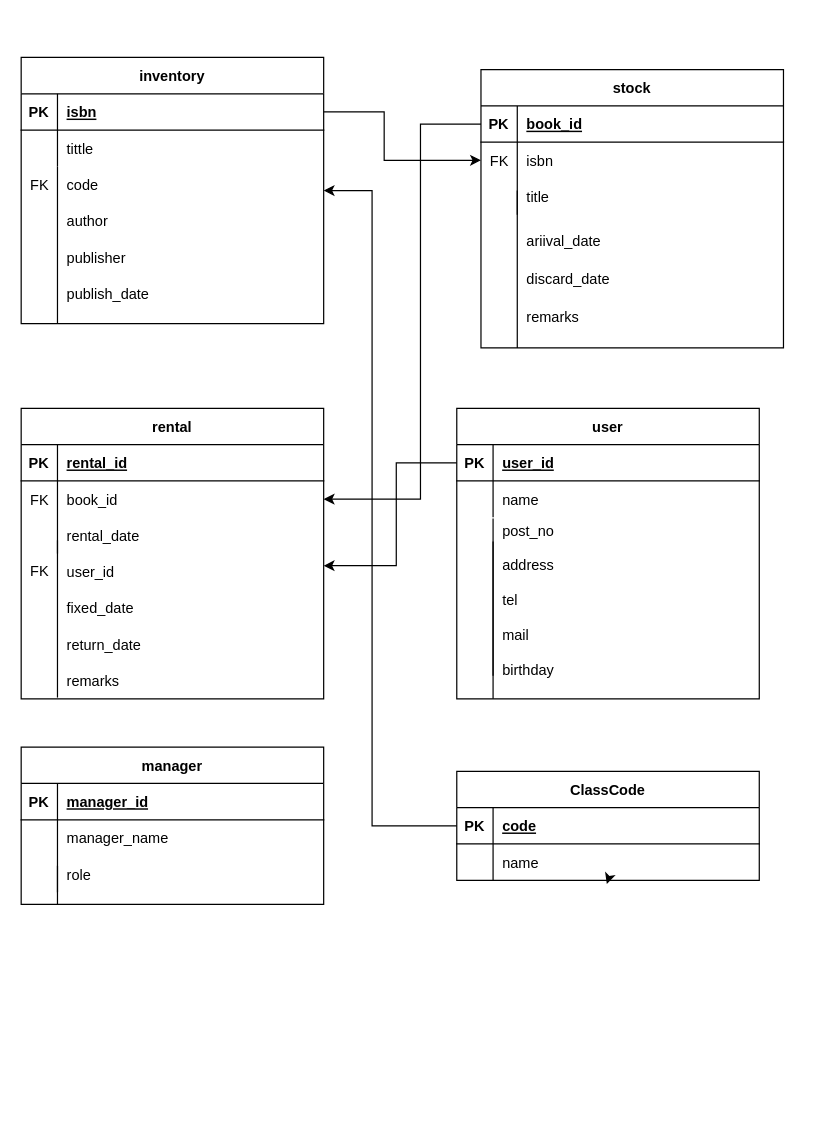
The draw.io diagram er図(清田).drawio in 2022java42-student004/Library, before the edit. Source tidied: cells renumbered, new cells numbered last; positions are measured from the earlier drawing's top-left corner, leaving out a move shared by most shapes. Both pictures are drawn from the tidied source at 121%, with x=0, y=0 at pixel (21, 57).
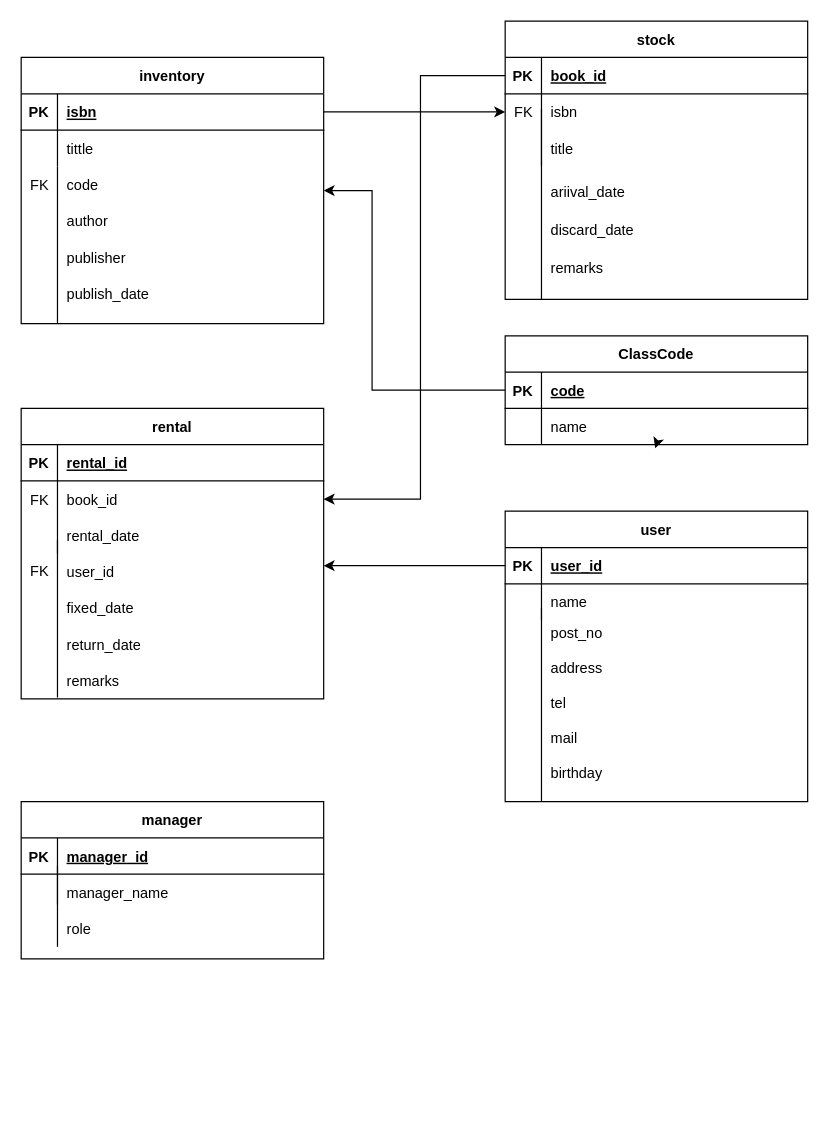
The same diagram, later.

Unchanged cells that the change refers to:
```xml
<mxCell id="7" style="shape=partialRectangle;fillColor=none;points=[[0,0.5],[1,0.5]];portConstraint=eastwest;top=0;left=0;right=0;bottom=0;" parent="3" vertex="1">
  <mxGeometry y="60" width="250" height="30" as="geometry" />
</mxCell>
<mxCell id="24" value="inventory" style="shape=table;startSize=30;childLayout=tableLayout;rowLines=0;fontStyle=1;align=center;" parent="19" vertex="1">
  <mxGeometry width="250" height="220" as="geometry" />
</mxCell>
<mxCell id="25" style="shape=partialRectangle;fillColor=none;points=[[0,0.5],[1,0.5]];portConstraint=eastwest;top=0;left=0;right=0;bottom=1;" parent="24" vertex="1">
  <mxGeometry y="30" width="250" height="30" as="geometry" />
</mxCell>
<mxCell id="34" style="shape=partialRectangle;fillColor=none;points=[[0,0.5],[1,0.5]];portConstraint=eastwest;top=0;left=0;right=0;bottom=1;" parent="33" vertex="1">
  <mxGeometry y="30" width="250" height="30" as="geometry" />
</mxCell>
<mxCell id="37" style="shape=partialRectangle;fillColor=none;points=[[0,0.5],[1,0.5]];portConstraint=eastwest;top=0;left=0;right=0;bottom=0;" parent="33" vertex="1">
  <mxGeometry y="60" width="250" height="30" as="geometry" />
</mxCell>
<mxCell id="53" style="shape=partialRectangle;fillColor=none;points=[[0,0.5],[1,0.5]];portConstraint=eastwest;top=0;left=0;right=0;bottom=1;" parent="52" vertex="1">
  <mxGeometry y="30" width="250" height="30" as="geometry" />
</mxCell>
<mxCell id="73" style="shape=partialRectangle;fillColor=none;points=[[0,0.5],[1,0.5]];portConstraint=eastwest;top=0;left=0;right=0;bottom=1;" parent="72" vertex="1">
  <mxGeometry y="30" width="250" height="30" as="geometry" />
</mxCell>
```

What changed in the source:
```diff
@@
     <mxCell id="32" style="group;" parent="1" vertex="1">
-      <mxGeometry x="380" y="10" width="250" height="230" as="geometry" />
+      <mxGeometry x="400" y="-30" width="250" height="230" as="geometry" />
     </mxCell>
@@
+    <mxCell id="85" style="endArrow=none;html=1;rounded=0;" parent="32" edge="1">
+      <mxGeometry relative="1" as="geometry">
+        <mxPoint x="30" y="230" as="sourcePoint" />
+        <mxPoint x="30" y="72.4" as="targetPoint" />
+      </mxGeometry>
+    </mxCell>
     <mxCell id="47" style="group;" parent="1" vertex="1">
-      <mxGeometry x="360" y="290" width="250" height="240" as="geometry" />
+      <mxGeometry x="400" y="375" width="250" height="240" as="geometry" />
     </mxCell>
@@
+    <mxCell id="87" style="endArrow=none;html=1;rounded=0;" parent="47" edge="1">
+      <mxGeometry relative="1" as="geometry">
+        <mxPoint x="30" y="240" as="sourcePoint" />
+        <mxPoint x="30" y="80" as="targetPoint" />
+      </mxGeometry>
+    </mxCell>
     <mxCell id="60" style="group;" parent="1" vertex="1">
-      <mxGeometry y="570" width="250" height="250" as="geometry" />
+      <mxGeometry y="615" width="250" height="250" as="geometry" />
     </mxCell>
@@
     <mxCell id="71" style="group;" parent="1" vertex="1">
-      <mxGeometry x="360" y="590" width="250" height="90" as="geometry" />
+      <mxGeometry x="400" y="230" width="250" height="90" as="geometry" />
     </mxCell>
@@
     <mxCell id="80" style="edgeStyle=none;rounded=0;jettySize=auto;html=1;exitX=1;exitY=0.5;exitDx=0;exitDy=0;entryX=0;entryY=0.5;entryDx=0;entryDy=0;" parent="1" edge="1" source="25" target="37">
       <mxGeometry relative="1" as="geometry">
         <Array as="points">
           <mxPoint x="300" y="45" />
-          <mxPoint x="300" y="85" />
         </Array>
       </mxGeometry>
     </mxCell>
     <mxCell id="81" style="edgeStyle=none;rounded=0;jettySize=auto;html=1;exitX=0;exitY=0.5;exitDx=0;exitDy=0;" parent="1" edge="1" source="53">
       <mxGeometry relative="1" as="geometry">
         <mxPoint x="250" y="420" as="targetPoint" />
         <Array as="points">
-          <mxPoint x="310" y="335" />
+          <mxPoint x="350" y="420" />
           <mxPoint x="310" y="420" />
         </Array>
       </mxGeometry>
     </mxCell>
     <mxCell id="82" style="edgeStyle=none;rounded=0;jettySize=auto;html=1;exitX=0;exitY=0.5;exitDx=0;exitDy=0;entryX=1;entryY=0.5;entryDx=0;entryDy=0;" parent="1" edge="1" source="73" target="24">
       <mxGeometry relative="1" as="geometry">
         <Array as="points">
-          <mxPoint x="290" y="635" />
+          <mxPoint x="290" y="275" />
           <mxPoint x="290" y="110" />
         </Array>
       </mxGeometry>
     </mxCell>
     <mxCell id="83" style="edgeStyle=none;rounded=0;jettySize=auto;html=1;exitX=0;exitY=0.5;exitDx=0;exitDy=0;entryX=1;entryY=0.5;entryDx=0;entryDy=0;" parent="1" edge="1" source="34" target="7">
       <mxGeometry relative="1" as="geometry">
         <Array as="points">
-          <mxPoint x="330" y="55" />
+          <mxPoint x="330" y="15" />
           <mxPoint x="330" y="365" />
         </Array>
       </mxGeometry>
     </mxCell>
@@
-    <mxCell id="85" style="endArrow=none;html=1;rounded=0;entryX=1.067;entryY=-0.25;entryDx=0;entryDy=0;entryPerimeter=0;" parent="1" edge="1">
-      <mxGeometry relative="1" as="geometry">
-        <mxPoint x="410" y="240" as="sourcePoint" />
-        <mxPoint x="410" y="110" as="targetPoint" />
-      </mxGeometry>
-    </mxCell>
@@
-    <mxCell id="87" style="endArrow=none;html=1;rounded=0;entryX=1.067;entryY=-0.25;entryDx=0;entryDy=0;entryPerimeter=0;" parent="1" edge="1">
-      <mxGeometry relative="1" as="geometry">
-        <mxPoint x="390" y="511" as="sourcePoint" />
-        <mxPoint x="390" y="381" as="targetPoint" />
-      </mxGeometry>
-    </mxCell>
-    <mxCell id="88" style="endArrow=none;html=1;rounded=0;entryX=1.067;entryY=-0.25;entryDx=0;entryDy=0;entryPerimeter=0;" parent="1" edge="1">
-      <mxGeometry relative="1" as="geometry">
-        <mxPoint x="390" y="530" as="sourcePoint" />
-        <mxPoint x="390" y="400" as="targetPoint" />
-      </mxGeometry>
-    </mxCell>
```
